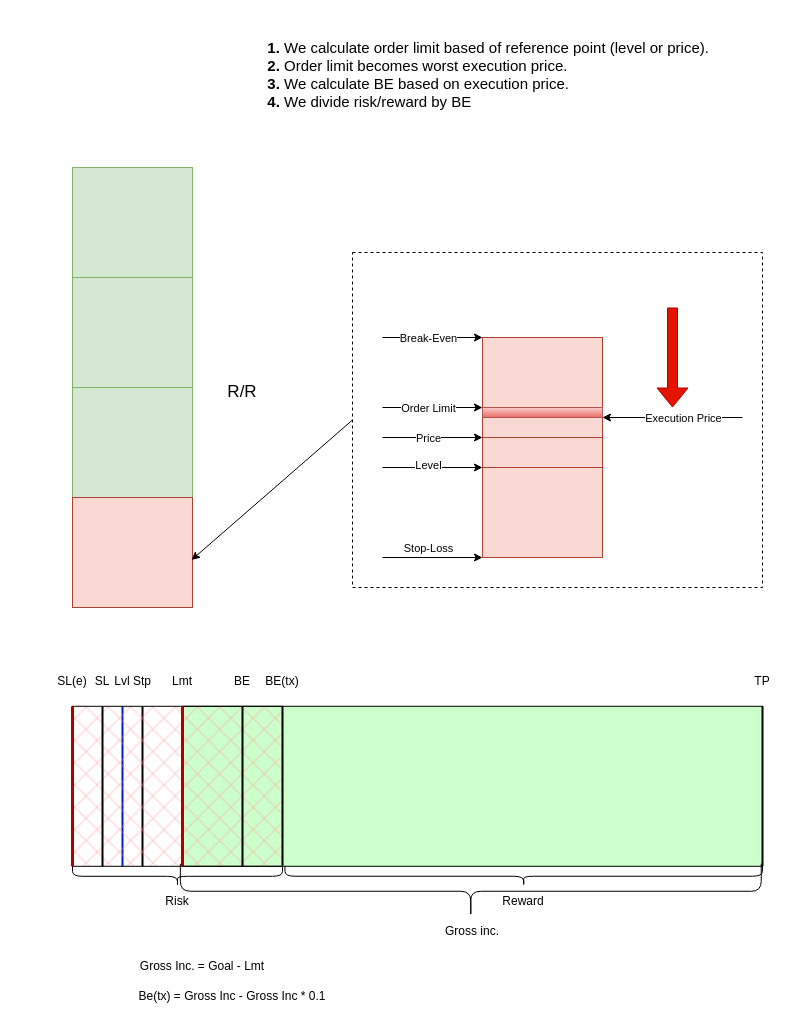
Before: reference point.drawio in utamons/trade, a draw.io diagram. Source tidied: cells renumbered, new cells numbered last; positions are measured from the earlier drawing's top-left corner, leaving out a move shared by most shapes. Both pictures are drawn from the tidied source at 100%, with x=0, y=0 at pixel (42, 17).
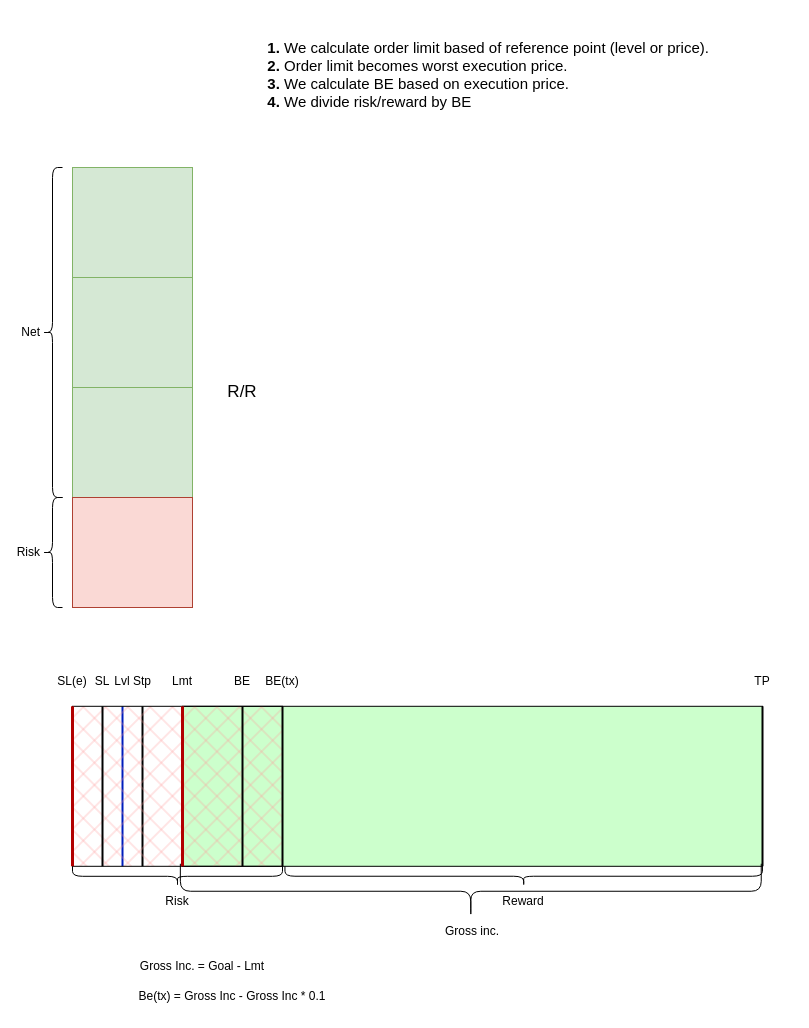
The same page after the edit.

The change refers to these unchanged cells:
```xml
<mxCell id="8" style="rounded=0;whiteSpace=wrap;html=1;fillColor=#fad9d5;strokeColor=#ae4132;" parent="1" vertex="1">
  <mxGeometry x="30" y="480" width="120" height="110" as="geometry" />
</mxCell>
```

What changed in the source:
```diff
@@
-    <mxCell id="6" style="rounded=0;whiteSpace=wrap;html=1;fillColor=none;dashed=1;" parent="1" vertex="1">
-      <mxGeometry x="310" y="235" width="410" height="335" as="geometry" />
-    </mxCell>
@@
-    <mxCell id="12" style="rounded=0;whiteSpace=wrap;html=1;fillColor=#fad9d5;strokeColor=#ae4132;" parent="1" vertex="1">
-      <mxGeometry x="440" y="450" width="120" height="90" as="geometry" />
-    </mxCell>
-    <mxCell id="13" style="rounded=0;whiteSpace=wrap;html=1;fillColor=#fad9d5;strokeColor=#ae4132;" parent="1" vertex="1">
-      <mxGeometry x="440" y="420" width="120" height="30" as="geometry" />
-    </mxCell>
-    <mxCell id="14" style="rounded=0;whiteSpace=wrap;html=1;fillColor=#fad9d5;strokeColor=#ae4132;" parent="1" vertex="1">
-      <mxGeometry x="440" y="390" width="120" height="30" as="geometry" />
-    </mxCell>
-    <mxCell id="15" style="rounded=0;whiteSpace=wrap;html=1;fillColor=#fad9d5;strokeColor=#ae4132;" parent="1" vertex="1">
-      <mxGeometry x="440" y="320" width="120" height="70" as="geometry" />
-    </mxCell>
-    <mxCell id="16" style="endArrow=classic;html=1;rounded=0;entryX=0;entryY=1;entryDx=0;entryDy=0;" parent="1" edge="1" target="13">
-      <mxGeometry relative="1" as="geometry">
-        <mxPoint x="340" y="450" as="sourcePoint" />
-      </mxGeometry>
-    </mxCell>
-    <mxCell id="17" value="Level" style="edgeLabel;html=1;align=center;verticalAlign=middle;" parent="16" vertex="1">
-      <mxGeometry x="-0.4" y="3" relative="1" as="geometry">
-        <mxPoint x="15" as="offset" />
-      </mxGeometry>
-    </mxCell>
-    <mxCell id="18" style="endArrow=classic;html=1;rounded=0;entryX=0;entryY=1;entryDx=0;entryDy=0;" parent="1" edge="1">
-      <mxGeometry relative="1" as="geometry">
-        <mxPoint x="340" y="540" as="sourcePoint" />
-        <mxPoint x="440" y="540" as="targetPoint" />
-      </mxGeometry>
-    </mxCell>
-    <mxCell id="19" value="Stop-Loss" style="edgeLabel;html=1;align=center;verticalAlign=middle;" parent="18" vertex="1">
-      <mxGeometry x="-0.4" y="3" relative="1" as="geometry">
-        <mxPoint x="15" y="-7" as="offset" />
-      </mxGeometry>
-    </mxCell>
-    <mxCell id="20" style="endArrow=classic;html=1;rounded=0;entryX=0;entryY=1;entryDx=0;entryDy=0;" parent="1" edge="1">
-      <mxGeometry relative="1" as="geometry">
-        <mxPoint x="340" y="420" as="sourcePoint" />
-        <mxPoint x="440" y="420" as="targetPoint" />
-      </mxGeometry>
-    </mxCell>
-    <mxCell id="21" value="Price" style="edgeLabel;html=1;align=center;verticalAlign=middle;" parent="20" vertex="1">
-      <mxGeometry x="-0.4" y="3" relative="1" as="geometry">
-        <mxPoint x="15" y="3" as="offset" />
-      </mxGeometry>
-    </mxCell>
-    <mxCell id="22" style="endArrow=classic;html=1;rounded=0;entryX=0;entryY=1;entryDx=0;entryDy=0;" parent="1" edge="1">
-      <mxGeometry relative="1" as="geometry">
-        <mxPoint x="340" y="390" as="sourcePoint" />
-        <mxPoint x="440" y="390" as="targetPoint" />
-      </mxGeometry>
-    </mxCell>
-    <mxCell id="23" value="Order Limit" style="edgeLabel;html=1;align=center;verticalAlign=middle;" parent="22" vertex="1">
-      <mxGeometry x="-0.4" y="3" relative="1" as="geometry">
-        <mxPoint x="15" y="3" as="offset" />
-      </mxGeometry>
-    </mxCell>
-    <mxCell id="24" style="endArrow=classic;html=1;rounded=0;entryX=0;entryY=1;entryDx=0;entryDy=0;" parent="1" edge="1">
-      <mxGeometry relative="1" as="geometry">
-        <mxPoint x="340" y="320" as="sourcePoint" />
-        <mxPoint x="440" y="320" as="targetPoint" />
-      </mxGeometry>
-    </mxCell>
-    <mxCell id="25" value="Break-Even" style="edgeLabel;html=1;align=center;verticalAlign=middle;" parent="24" vertex="1">
-      <mxGeometry x="-0.4" y="3" relative="1" as="geometry">
-        <mxPoint x="15" y="3" as="offset" />
-      </mxGeometry>
-    </mxCell>
-    <mxCell id="26" style="rounded=0;whiteSpace=wrap;html=1;fillColor=#f8cecc;gradientColor=#ea6b66;strokeColor=#b85450;" parent="1" vertex="1">
-      <mxGeometry x="440" y="390" width="120" height="10" as="geometry" />
-    </mxCell>
-    <mxCell id="27" style="endArrow=classic;html=1;rounded=0;" parent="1" edge="1">
-      <mxGeometry relative="1" as="geometry">
-        <mxPoint x="700" y="400" as="sourcePoint" />
-        <mxPoint x="560" y="400" as="targetPoint" />
-      </mxGeometry>
-    </mxCell>
-    <mxCell id="28" value="Execution Price" style="edgeLabel;html=1;align=center;verticalAlign=middle;" parent="27" vertex="1">
-      <mxGeometry x="-0.28" y="3" relative="1" as="geometry">
-        <mxPoint x="-10" y="-3" as="offset" />
-      </mxGeometry>
-    </mxCell>
-    <mxCell id="29" style="shape=flexArrow;endArrow=classic;html=1;rounded=0;fillColor=#e51400;strokeColor=#B20000;" parent="1" edge="1">
-      <mxGeometry relative="1" as="geometry">
-        <mxPoint x="630" y="290" as="sourcePoint" />
-        <mxPoint x="630" y="390" as="targetPoint" />
-      </mxGeometry>
-    </mxCell>
-    <mxCell id="30" style="endArrow=classic;html=1;rounded=0;exitX=0;exitY=0.5;exitDx=0;exitDy=0;entryX=0.992;entryY=0.568;entryDx=0;entryDy=0;entryPerimeter=0;" parent="1" edge="1" source="6" target="8">
-      <mxGeometry relative="1" as="geometry" />
-    </mxCell>
@@
+    <mxCell id="60" value="Net" style="shape=curlyBracket;whiteSpace=wrap;html=1;rounded=1;labelPosition=left;verticalLabelPosition=middle;align=right;verticalAlign=middle;" parent="1" vertex="1">
+      <mxGeometry y="150" width="20" height="330" as="geometry" />
+    </mxCell>
+    <mxCell id="61" value="Risk" style="shape=curlyBracket;whiteSpace=wrap;html=1;rounded=1;labelPosition=left;verticalLabelPosition=middle;align=right;verticalAlign=middle;" parent="1" vertex="1">
+      <mxGeometry y="480" width="20" height="110" as="geometry" />
+    </mxCell>
```
